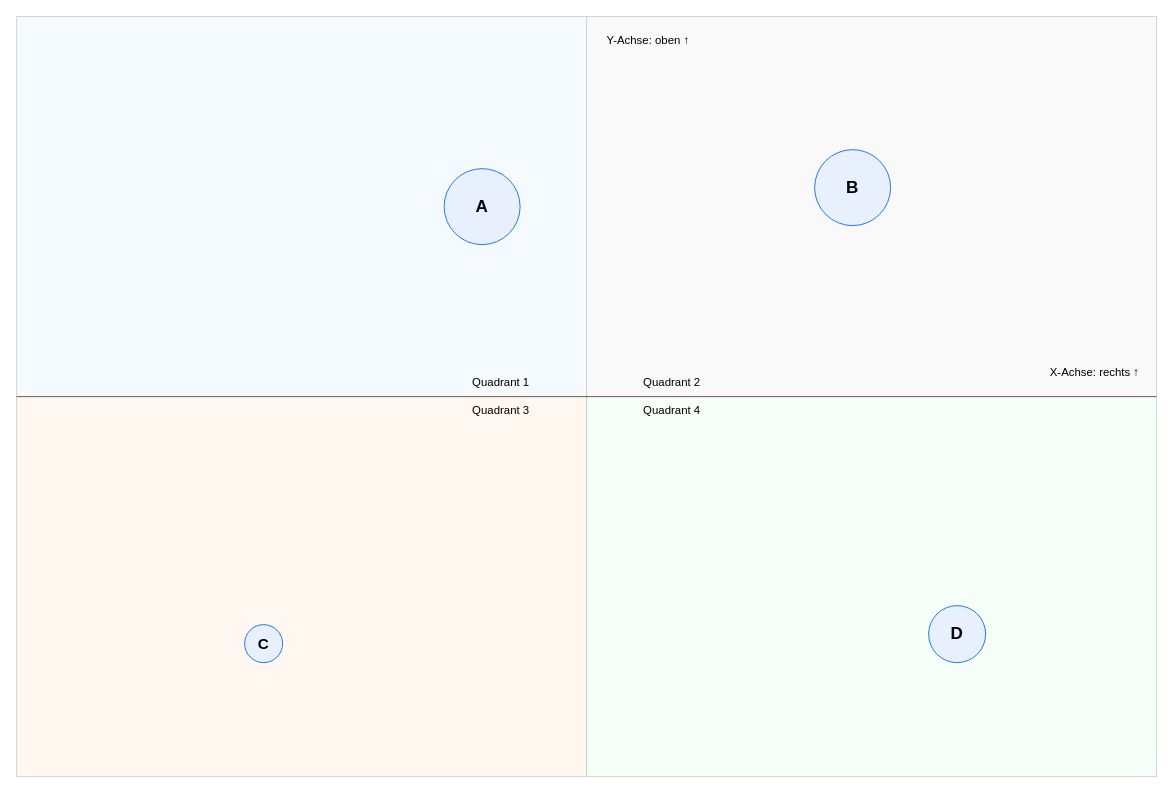
griemide/Diagrams keeps this draw.io diagram as sources/Training_Quadrant_Examples.drawio. Above is the earlier version. Source tidied: cells renumbered, new cells numbered last; positions are measured from the earlier drawing's top-left corner, leaving out a move shared by most shapes. Both pictures are drawn from the tidied source at 95%, with x=0, y=0 at pixel (16, 16).
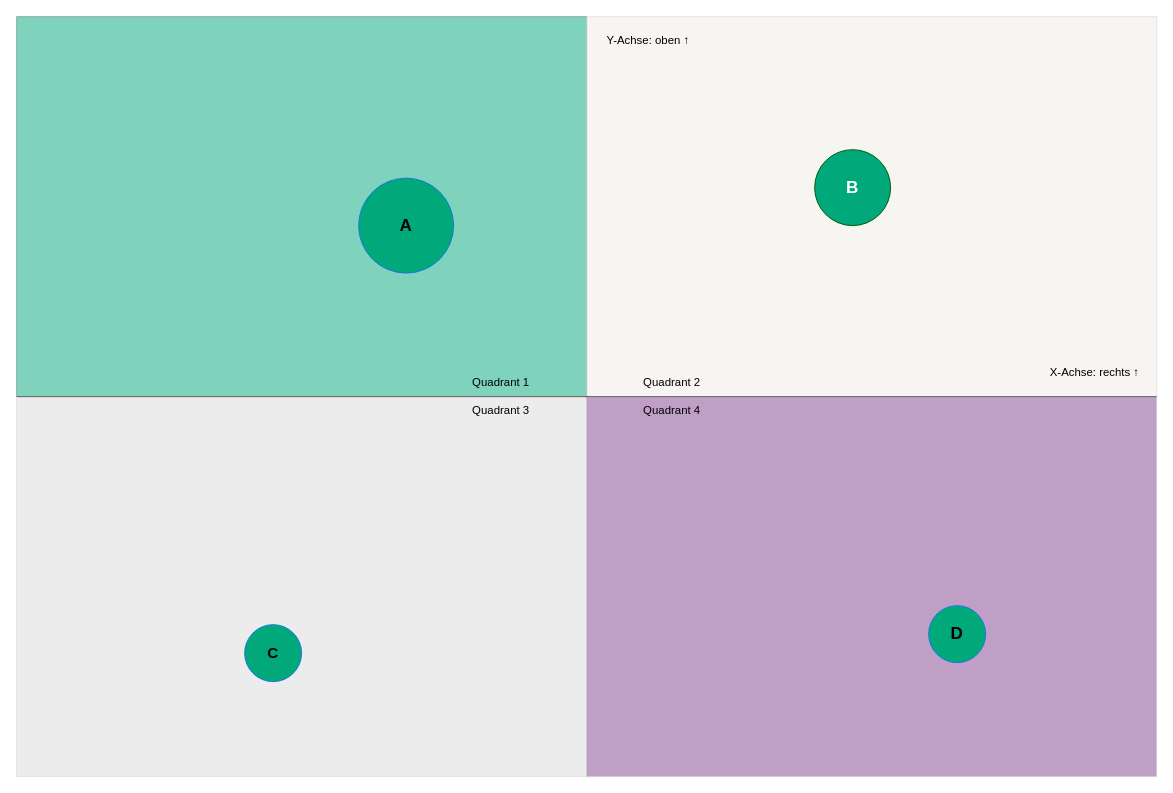
The same diagram, later.

Diff of the diagram source:
```diff
@@
 <mxGraphModel>
   <root>
     <mxCell id="0" />
     <mxCell id="1" parent="0" />
-    <mxCell id="2" style="rounded=0;whiteSpace=wrap;html=1;strokeColor=#d0d0d0;fillColor=#f5faff;" parent="1" vertex="1">
+    <mxCell id="2" style="rounded=0;whiteSpace=wrap;html=1;fillColor=light-dark(#00A87A,#00A87A);strokeColor=#666666;fontColor=#333333;opacity=50;" parent="1" vertex="1">
       <mxGeometry width="600" height="400" as="geometry" />
     </mxCell>
-    <mxCell id="3" style="rounded=0;whiteSpace=wrap;html=1;strokeColor=#d0d0d0;fillColor=#f9f9f9;" parent="1" vertex="1">
+    <mxCell id="3" style="rounded=0;whiteSpace=wrap;html=1;strokeColor=#d0d0d0;fillColor=light-dark(#EFECE5,#EFECE5);opacity=50;" parent="1" vertex="1">
       <mxGeometry x="600" width="600" height="400" as="geometry" />
     </mxCell>
-    <mxCell id="4" style="rounded=0;whiteSpace=wrap;html=1;strokeColor=#d0d0d0;fillColor=#fff7f0;" parent="1" vertex="1">
+    <mxCell id="4" style="rounded=0;whiteSpace=wrap;html=1;strokeColor=#d0d0d0;fillColor=light-dark(#DADADA,#DADADA);opacity=50;" parent="1" vertex="1">
       <mxGeometry y="400" width="600" height="400" as="geometry" />
     </mxCell>
-    <mxCell id="5" style="rounded=0;whiteSpace=wrap;html=1;strokeColor=#d0d0d0;fillColor=#f5fff7;" parent="1" vertex="1">
+    <mxCell id="5" style="rounded=0;whiteSpace=wrap;html=1;strokeColor=#d0d0d0;fillColor=light-dark(#814090,#814090);opacity=50;" parent="1" vertex="1">
       <mxGeometry x="600" y="400" width="600" height="400" as="geometry" />
     </mxCell>
     <mxCell id="6" style="shape=line;strokeColor=#606060;endArrow=none;html=1;" parent="1" vertex="1">
       <mxGeometry y="399" width="1200" height="2" as="geometry" />
     </mxCell>
     <mxCell id="7" style="shape=line;strokeColor=#606060;endArrow=none;html=1;" parent="1" vertex="1">
       <mxGeometry x="599" width="2" height="800" as="geometry" />
     </mxCell>
     <mxCell id="8" parent="0" />
-    <mxCell id="9" value="A" style="ellipse;whiteSpace=wrap;html=1;strokeColor=#1a73e8;fillColor=#e8f0fe;fontStyle=1;fontSize=18;" parent="8" vertex="1">
-      <mxGeometry x="450" y="160" width="80" height="80" as="geometry" />
+    <mxCell id="9" value="A" style="ellipse;whiteSpace=wrap;html=1;strokeColor=#1a73e8;fillColor=light-dark(#00A87A,#00A87A);fontStyle=1;fontSize=18;" parent="8" vertex="1">
+      <mxGeometry x="360" y="170" width="100" height="100" as="geometry" />
     </mxCell>
-    <mxCell id="10" value="B" style="ellipse;whiteSpace=wrap;html=1;strokeColor=#1a73e8;fillColor=#e8f0fe;fontStyle=1;fontSize=18;" parent="8" vertex="1">
+    <mxCell id="10" value="B" style="ellipse;whiteSpace=wrap;html=1;strokeColor=#005700;fillColor=light-dark(#00A87A,#00A87A);fontStyle=1;fontSize=18;fontColor=#ffffff;" parent="8" vertex="1">
       <mxGeometry x="840" y="140" width="80" height="80" as="geometry" />
     </mxCell>
-    <mxCell id="11" value="C" style="ellipse;whiteSpace=wrap;html=1;strokeColor=#1a73e8;fillColor=#e8f0fe;fontStyle=1;fontSize=16;" parent="8" vertex="1">
-      <mxGeometry x="240" y="640" width="40" height="40" as="geometry" />
+    <mxCell id="11" value="C" style="ellipse;whiteSpace=wrap;html=1;strokeColor=#1a73e8;fillColor=light-dark(#00A87A,#00A87A);fontStyle=1;fontSize=16;" parent="8" vertex="1">
+      <mxGeometry x="240" y="640" width="60" height="60" as="geometry" />
     </mxCell>
-    <mxCell id="12" value="&lt;b&gt;&lt;font style=&quot;font-size: 18px;&quot;&gt;D&lt;/font&gt;&lt;/b&gt;" style="ellipse;whiteSpace=wrap;html=1;strokeColor=#1a73e8;fillColor=#e8f0fe;" parent="8" vertex="1">
+    <mxCell id="12" value="&lt;b&gt;&lt;font style=&quot;font-size: 18px;&quot;&gt;D&lt;/font&gt;&lt;/b&gt;" style="ellipse;whiteSpace=wrap;html=1;strokeColor=#1a73e8;fillColor=light-dark(#00A87A,#00A87A);" parent="8" vertex="1">
       <mxGeometry x="960" y="620" width="60" height="60" as="geometry" />
     </mxCell>
     <mxCell id="13" parent="0" />
     <mxCell id="14" value="Quadrant 1" style="text;html=1;align=center;verticalAlign=middle;whiteSpace=wrap;" parent="13" vertex="1">
       <mxGeometry x="420" y="370" width="180" height="30" as="geometry" />
     </mxCell>
     <mxCell id="15" value="Quadrant 2" style="text;html=1;align=center;verticalAlign=middle;whiteSpace=wrap;" parent="13" vertex="1">
       <mxGeometry x="600" y="370" width="180" height="30" as="geometry" />
     </mxCell>
     <mxCell id="16" value="Quadrant 3" style="text;html=1;align=center;verticalAlign=middle;whiteSpace=wrap;" parent="13" vertex="1">
       <mxGeometry x="420" y="400" width="180" height="30" as="geometry" />
     </mxCell>
     <mxCell id="17" value="Quadrant 4" style="text;html=1;align=center;verticalAlign=middle;whiteSpace=wrap;" parent="13" vertex="1">
       <mxGeometry x="600" y="400" width="180" height="30" as="geometry" />
     </mxCell>
     <mxCell id="18" value="X-Achse: rechts ↑" style="text;html=1;align=center;verticalAlign=middle;whiteSpace=wrap;" parent="13" vertex="1">
       <mxGeometry x="1080" y="360" width="110" height="30" as="geometry" />
     </mxCell>
     <mxCell id="19" value="Y-Achse: oben ↑" style="text;html=1;align=center;verticalAlign=middle;whiteSpace=wrap;" parent="13" vertex="1">
       <mxGeometry x="610" y="10" width="110" height="30" as="geometry" />
     </mxCell>
   </root>
 </mxGraphModel>
```
